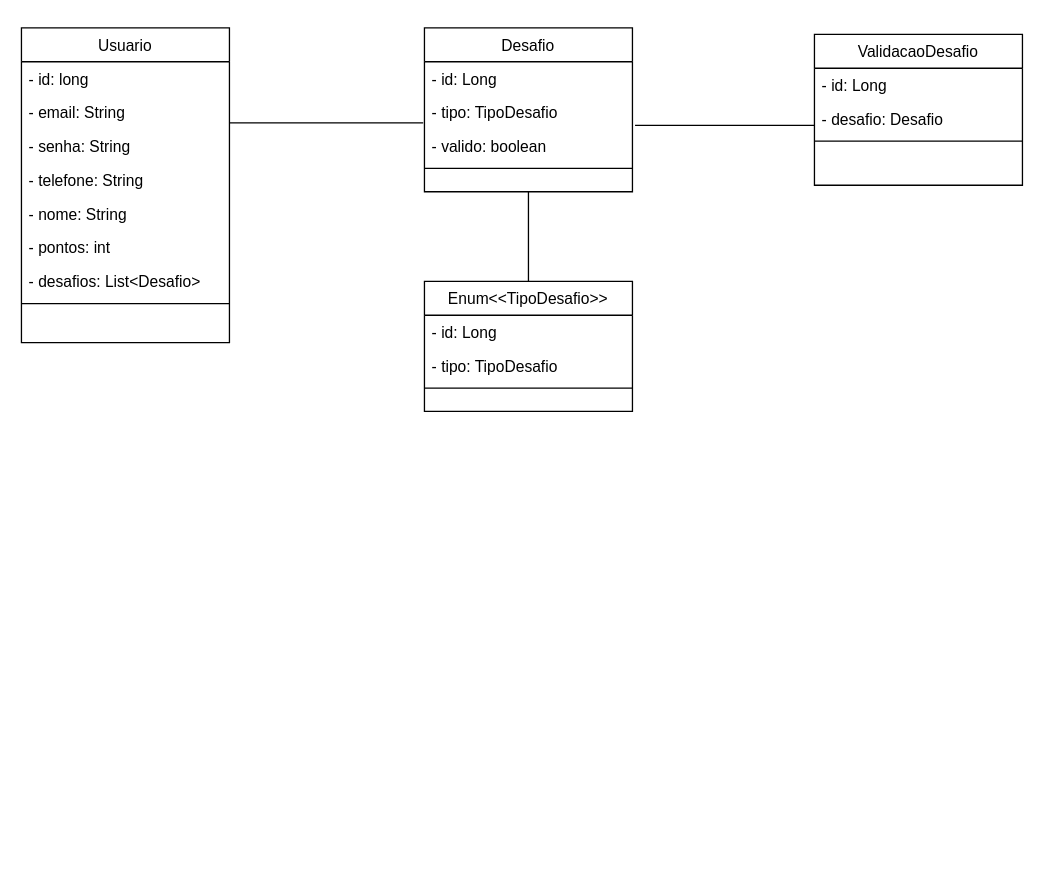
This is informacoes/diagrama-de-classes/BlueHope.drawio from Santlago/BlueHope, a draw.io file, before an edit. Source tidied: cells renumbered, new cells numbered last; positions are measured from the earlier drawing's top-left corner, leaving out a move shared by most shapes. Both pictures are drawn from the tidied source at 130%, with x=0, y=0 at pixel (21, 27).
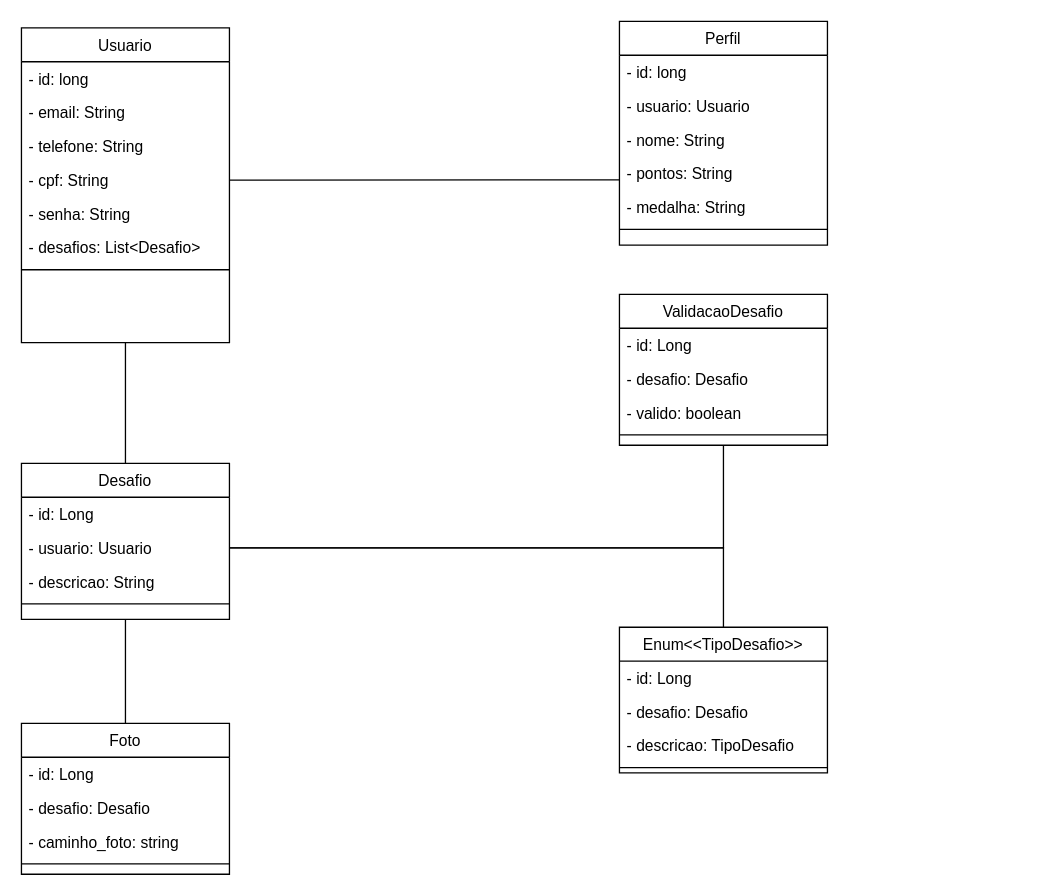
After the change.

Commit message (it also covers changes not shown here):
feat: class diagram

Unchanged cells that the change refers to:
```xml
<mxCell id="2" value="Usuario" style="swimlane;fontStyle=0;align=center;verticalAlign=top;horizontal=1;startSize=26;rounded=0;shadow=0;strokeWidth=1;" parent="1" vertex="1">
  <mxGeometry width="160" height="242" as="geometry" />
</mxCell>
```

Change to the diagram source:
```diff
@@
-    <mxCell id="5" value="- senha: String" style="text;align=left;verticalAlign=top;spacingLeft=4;spacingRight=4;overflow=hidden;rounded=0;shadow=0;html=0;" parent="2" vertex="1">
-      <mxGeometry y="78" width="160" height="26" as="geometry" />
-    </mxCell>
     <mxCell id="6" value="- telefone: String" style="text;align=left;verticalAlign=top;spacingLeft=4;spacingRight=4;overflow=hidden;rounded=0;shadow=0;html=0;" parent="2" vertex="1">
-      <mxGeometry y="104" width="160" height="26" as="geometry" />
+      <mxGeometry y="78" width="160" height="26" as="geometry" />
     </mxCell>
-    <mxCell id="7" value="- nome: String" style="text;align=left;verticalAlign=top;spacingLeft=4;spacingRight=4;overflow=hidden;points=[[0,0.5],[1,0.5]];portConstraint=eastwest;rounded=0;shadow=0;html=0;" parent="2" vertex="1">
-      <mxGeometry y="130" width="160" height="26" as="geometry" />
+    <mxCell id="7" value="- cpf: String" style="text;align=left;verticalAlign=top;spacingLeft=4;spacingRight=4;overflow=hidden;points=[[0,0.5],[1,0.5]];portConstraint=eastwest;rounded=0;shadow=0;html=0;" parent="2" vertex="1">
+      <mxGeometry y="104" width="160" height="26" as="geometry" />
     </mxCell>
-    <mxCell id="8" value="- pontos: int" style="text;align=left;verticalAlign=top;spacingLeft=4;spacingRight=4;overflow=hidden;rounded=0;shadow=0;html=0;" parent="2" vertex="1">
-      <mxGeometry y="156" width="160" height="26" as="geometry" />
-    </mxCell>
+    <mxCell id="5" value="- senha: String" style="text;align=left;verticalAlign=top;spacingLeft=4;spacingRight=4;overflow=hidden;rounded=0;shadow=0;html=0;" parent="2" vertex="1">
+      <mxGeometry y="130" width="160" height="26" as="geometry" />
+    </mxCell>
     <mxCell id="9" value="- desafios: List&lt;Desafio&gt;" style="text;align=left;verticalAlign=top;spacingLeft=4;spacingRight=4;overflow=hidden;rounded=0;shadow=0;html=0;" parent="2" vertex="1">
-      <mxGeometry y="182" width="160" height="26" as="geometry" />
+      <mxGeometry y="156" width="160" height="26" as="geometry" />
     </mxCell>
     <mxCell id="10" style="line;html=1;strokeWidth=1;align=left;verticalAlign=middle;spacingTop=-1;spacingLeft=3;spacingRight=3;labelPosition=right;" parent="2" vertex="1">
-      <mxGeometry y="208" width="160" height="8" as="geometry" />
+      <mxGeometry y="182" width="160" height="8" as="geometry" />
     </mxCell>
     <mxCell id="11" value="Desafio" style="swimlane;fontStyle=0;align=center;verticalAlign=top;horizontal=1;startSize=26;rounded=0;shadow=0;strokeWidth=1;" parent="1" vertex="1">
-      <mxGeometry x="310" width="160" height="126" as="geometry" />
+      <mxGeometry y="335" width="160" height="120" as="geometry" />
     </mxCell>
@@
+    <mxCell id="27" value="- usuario: Usuario" style="text;align=left;verticalAlign=top;spacingLeft=4;spacingRight=4;overflow=hidden;points=[[0,0.5],[1,0.5]];portConstraint=eastwest;" parent="11" vertex="1">
+      <mxGeometry y="52" width="160" height="26" as="geometry" />
+    </mxCell>
-    <mxCell id="13" value="- tipo: TipoDesafio " style="text;align=left;verticalAlign=top;spacingLeft=4;spacingRight=4;overflow=hidden;rounded=0;shadow=0;html=0;" parent="11" vertex="1">
-      <mxGeometry y="52" width="160" height="26" as="geometry" />
+    <mxCell id="13" value="- descricao: String " style="text;align=left;verticalAlign=top;spacingLeft=4;spacingRight=4;overflow=hidden;rounded=0;shadow=0;html=0;" parent="11" vertex="1">
+      <mxGeometry y="78" width="160" height="26" as="geometry" />
     </mxCell>
-    <mxCell id="14" value="- valido: boolean" style="text;align=left;verticalAlign=top;spacingLeft=4;spacingRight=4;overflow=hidden;points=[[0,0.5],[1,0.5]];portConstraint=eastwest;rounded=0;shadow=0;html=0;" parent="11" vertex="1">
-      <mxGeometry y="78" width="160" height="26" as="geometry" />
-    </mxCell>
@@
     <mxCell id="16" value="Enum&lt;&lt;TipoDesafio&gt;&gt;" style="swimlane;fontStyle=0;align=center;verticalAlign=top;horizontal=1;startSize=26;rounded=0;shadow=0;strokeWidth=1;" parent="1" vertex="1">
-      <mxGeometry x="310" y="195" width="160" height="100" as="geometry" />
+      <mxGeometry x="460" y="461" width="160" height="112" as="geometry" />
     </mxCell>
@@
+    <mxCell id="28" value="- desafio: Desafio" style="text;align=left;verticalAlign=top;spacingLeft=4;spacingRight=4;overflow=hidden;" parent="16" vertex="1">
+      <mxGeometry y="52" width="160" height="26" as="geometry" />
+    </mxCell>
-    <mxCell id="18" value="- tipo: TipoDesafio " style="text;align=left;verticalAlign=top;spacingLeft=4;spacingRight=4;overflow=hidden;rounded=0;shadow=0;html=0;" parent="16" vertex="1">
-      <mxGeometry y="52" width="160" height="26" as="geometry" />
+    <mxCell id="18" value="- descricao: TipoDesafio " style="text;align=left;verticalAlign=top;spacingLeft=4;spacingRight=4;overflow=hidden;rounded=0;shadow=0;html=0;" parent="16" vertex="1">
+      <mxGeometry y="78" width="160" height="26" as="geometry" />
     </mxCell>
     <mxCell id="19" style="line;html=1;strokeWidth=1;align=left;verticalAlign=middle;spacingTop=-1;spacingLeft=3;spacingRight=3;labelPosition=right;" parent="16" vertex="1">
-      <mxGeometry y="78" width="160" height="8" as="geometry" />
+      <mxGeometry y="104" width="160" height="8" as="geometry" />
     </mxCell>
     <mxCell id="20" value="ValidacaoDesafio" style="swimlane;fontStyle=0;align=center;verticalAlign=top;horizontal=1;startSize=26;rounded=0;shadow=0;strokeWidth=1;" parent="1" vertex="1">
-      <mxGeometry x="610" y="5" width="160" height="116" as="geometry" />
+      <mxGeometry x="460" y="205" width="160" height="116" as="geometry" />
     </mxCell>
@@
+    <mxCell id="29" value="- desafio: Desafio" style="text;align=left;verticalAlign=top;spacingLeft=4;spacingRight=4;overflow=hidden;" parent="20" vertex="1">
+      <mxGeometry y="52" width="160" height="26" as="geometry" />
+    </mxCell>
-    <mxCell id="22" value="- desafio: Desafio" style="text;align=left;verticalAlign=top;spacingLeft=4;spacingRight=4;overflow=hidden;rounded=0;shadow=0;html=0;" parent="20" vertex="1">
-      <mxGeometry y="52" width="160" height="26" as="geometry" />
+    <mxCell id="22" value="- valido: boolean" style="text;align=left;verticalAlign=top;spacingLeft=4;spacingRight=4;overflow=hidden;rounded=0;shadow=0;html=0;" parent="20" vertex="1">
+      <mxGeometry y="78" width="160" height="26" as="geometry" />
     </mxCell>
     <mxCell id="23" style="line;html=1;strokeWidth=1;align=left;verticalAlign=middle;spacingTop=-1;spacingLeft=3;spacingRight=3;labelPosition=right;" parent="20" vertex="1">
-      <mxGeometry y="78" width="160" height="8" as="geometry" />
+      <mxGeometry y="104" width="160" height="8" as="geometry" />
     </mxCell>
-    <mxCell id="24" style="endArrow=none;html=1;rounded=0;exitX=-0.006;exitY=-0.192;exitDx=0;exitDy=0;exitPerimeter=0;" parent="1" edge="1" source="14">
-      <mxGeometry relative="1" as="geometry">
-        <mxPoint x="160" y="73" as="targetPoint" />
-      </mxGeometry>
+    <mxCell id="24" style="endArrow=none;html=1;rounded=0;exitX=0.5;exitY=0;exitDx=0;exitDy=0;entryX=0.5;entryY=1;entryDx=0;entryDy=0;" parent="1" edge="1" source="11" target="2">
+      <mxGeometry relative="1" as="geometry" />
     </mxCell>
-    <mxCell id="25" style="endArrow=none;html=1;rounded=0;" parent="1" edge="1">
+    <mxCell id="25" style="endArrow=none;html=1;rounded=0;entryX=1;entryY=0.5;entryDx=0;entryDy=0;exitX=0.5;exitY=1;exitDx=0;exitDy=0;" parent="1" edge="1" source="20" target="27">
       <mxGeometry relative="1" as="geometry">
-        <mxPoint x="610" y="75" as="sourcePoint" />
-        <mxPoint x="472" y="75" as="targetPoint" />
+        <Array as="points">
+          <mxPoint x="540" y="400" />
+        </Array>
       </mxGeometry>
     </mxCell>
-    <mxCell id="26" style="endArrow=none;html=1;rounded=0;entryX=0.5;entryY=0;entryDx=0;entryDy=0;exitX=0.5;exitY=1;exitDx=0;exitDy=0;" parent="1" edge="1" source="11" target="16">
-      <mxGeometry relative="1" as="geometry" />
+    <mxCell id="26" style="endArrow=none;html=1;rounded=0;entryX=0.5;entryY=0;entryDx=0;entryDy=0;exitX=1;exitY=0.5;exitDx=0;exitDy=0;" parent="1" edge="1" source="27" target="16">
+      <mxGeometry relative="1" as="geometry">
+        <Array as="points">
+          <mxPoint x="540" y="400" />
+        </Array>
+      </mxGeometry>
     </mxCell>
+    <mxCell id="30" value="Foto" style="swimlane;fontStyle=0;align=center;verticalAlign=top;horizontal=1;startSize=26;rounded=0;shadow=0;strokeWidth=1;" parent="1" vertex="1">
+      <mxGeometry y="535" width="160" height="116" as="geometry" />
+    </mxCell>
+    <mxCell id="31" value="- id: Long" style="text;align=left;verticalAlign=top;spacingLeft=4;spacingRight=4;overflow=hidden;" parent="30" vertex="1">
+      <mxGeometry y="26" width="160" height="26" as="geometry" />
+    </mxCell>
+    <mxCell id="32" value="- desafio: Desafio" style="text;align=left;verticalAlign=top;spacingLeft=4;spacingRight=4;overflow=hidden;" parent="30" vertex="1">
+      <mxGeometry y="52" width="160" height="26" as="geometry" />
+    </mxCell>
+    <mxCell id="33" value="- caminho_foto: string" style="text;align=left;verticalAlign=top;spacingLeft=4;spacingRight=4;overflow=hidden;rounded=0;shadow=0;html=0;" parent="30" vertex="1">
+      <mxGeometry y="78" width="160" height="26" as="geometry" />
+    </mxCell>
+    <mxCell id="34" style="line;html=1;strokeWidth=1;align=left;verticalAlign=middle;spacingTop=-1;spacingLeft=3;spacingRight=3;labelPosition=right;" parent="30" vertex="1">
+      <mxGeometry y="104" width="160" height="8" as="geometry" />
+    </mxCell>
+    <mxCell id="35" style="endArrow=none;html=1;rounded=0;exitX=0.5;exitY=0;exitDx=0;exitDy=0;entryX=0.5;entryY=1;entryDx=0;entryDy=0;" parent="1" edge="1" source="30" target="11">
+      <mxGeometry relative="1" as="geometry" />
+    </mxCell>
+    <mxCell id="36" value="Perfil" style="swimlane;fontStyle=0;align=center;verticalAlign=top;horizontal=1;startSize=26;rounded=0;shadow=0;strokeWidth=1;" parent="1" vertex="1">
+      <mxGeometry x="460" y="-5" width="160" height="172" as="geometry" />
+    </mxCell>
+    <mxCell id="37" value="- id: long" style="text;align=left;verticalAlign=top;spacingLeft=4;spacingRight=4;overflow=hidden;" parent="36" vertex="1">
+      <mxGeometry y="26" width="160" height="26" as="geometry" />
+    </mxCell>
+    <mxCell id="38" value="- usuario: Usuario" style="text;align=left;verticalAlign=top;spacingLeft=4;spacingRight=4;overflow=hidden;rounded=0;shadow=0;html=0;" parent="36" vertex="1">
+      <mxGeometry y="52" width="160" height="26" as="geometry" />
+    </mxCell>
+    <mxCell id="39" value="- nome: String" style="text;align=left;verticalAlign=top;spacingLeft=4;spacingRight=4;overflow=hidden;rounded=0;shadow=0;html=0;" parent="36" vertex="1">
+      <mxGeometry y="78" width="160" height="26" as="geometry" />
+    </mxCell>
+    <mxCell id="40" value="- pontos: String" style="text;align=left;verticalAlign=top;spacingLeft=4;spacingRight=4;overflow=hidden;points=[[0,0.5],[1,0.5]];portConstraint=eastwest;rounded=0;shadow=0;html=0;" parent="36" vertex="1">
+      <mxGeometry y="104" width="160" height="26" as="geometry" />
+    </mxCell>
+    <mxCell id="41" value="- medalha: String" style="text;align=left;verticalAlign=top;spacingLeft=4;spacingRight=4;overflow=hidden;rounded=0;shadow=0;html=0;" parent="36" vertex="1">
+      <mxGeometry y="130" width="160" height="26" as="geometry" />
+    </mxCell>
+    <mxCell id="42" style="line;html=1;strokeWidth=1;align=left;verticalAlign=middle;spacingTop=-1;spacingLeft=3;spacingRight=3;labelPosition=right;" parent="36" vertex="1">
+      <mxGeometry y="156" width="160" height="8" as="geometry" />
+    </mxCell>
+    <mxCell id="43" style="endArrow=none;html=1;rounded=0;entryX=1;entryY=0.5;entryDx=0;entryDy=0;exitX=0;exitY=0.687;exitDx=0;exitDy=0;exitPerimeter=0;" parent="1" edge="1" source="40" target="7">
+      <mxGeometry relative="1" as="geometry" />
+    </mxCell>
```
